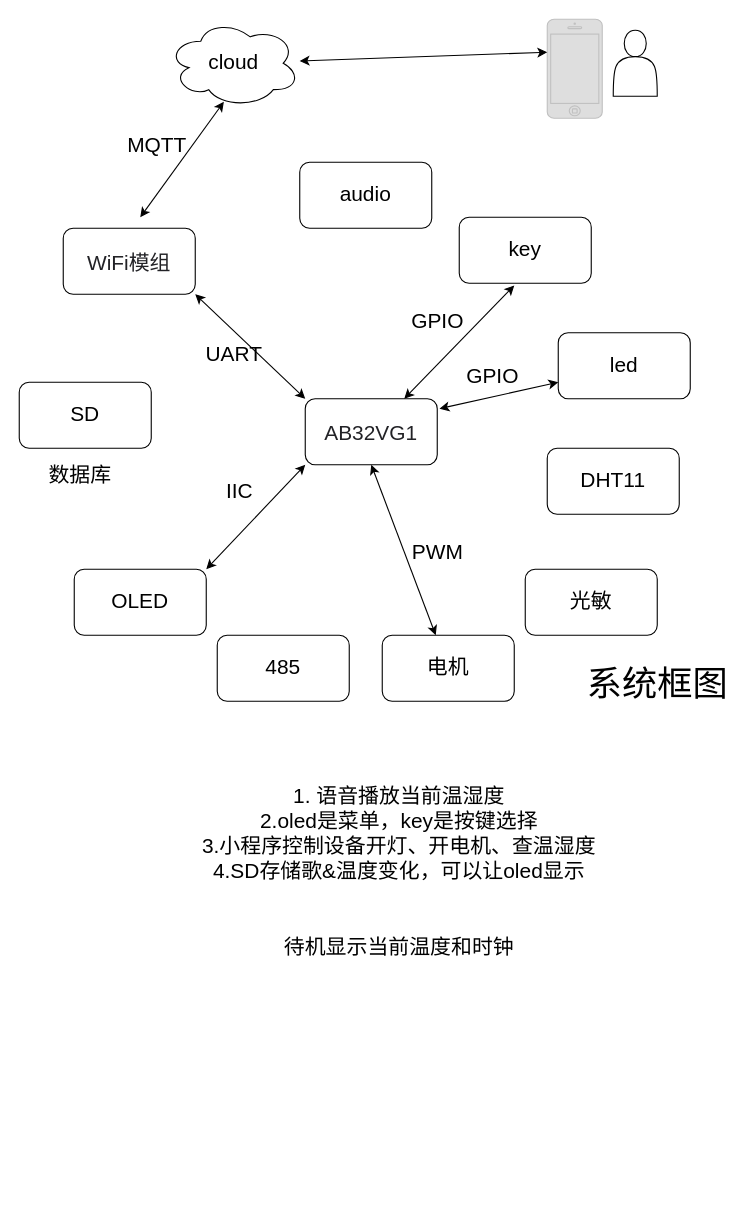
Hanxiaomo9527/ab32vg1_smarthome_box_demo keeps this draw.io diagram as page "Page-1" (1 of 2) of doc/系统框图.drawio. Above is the earlier version. Source tidied: cells renumbered, new cells numbered last; positions are measured from the earlier drawing's top-left corner, leaving out a move shared by most shapes. Both pictures are drawn from the tidied source at 110%, with x=0, y=0 at pixel (19, 19).
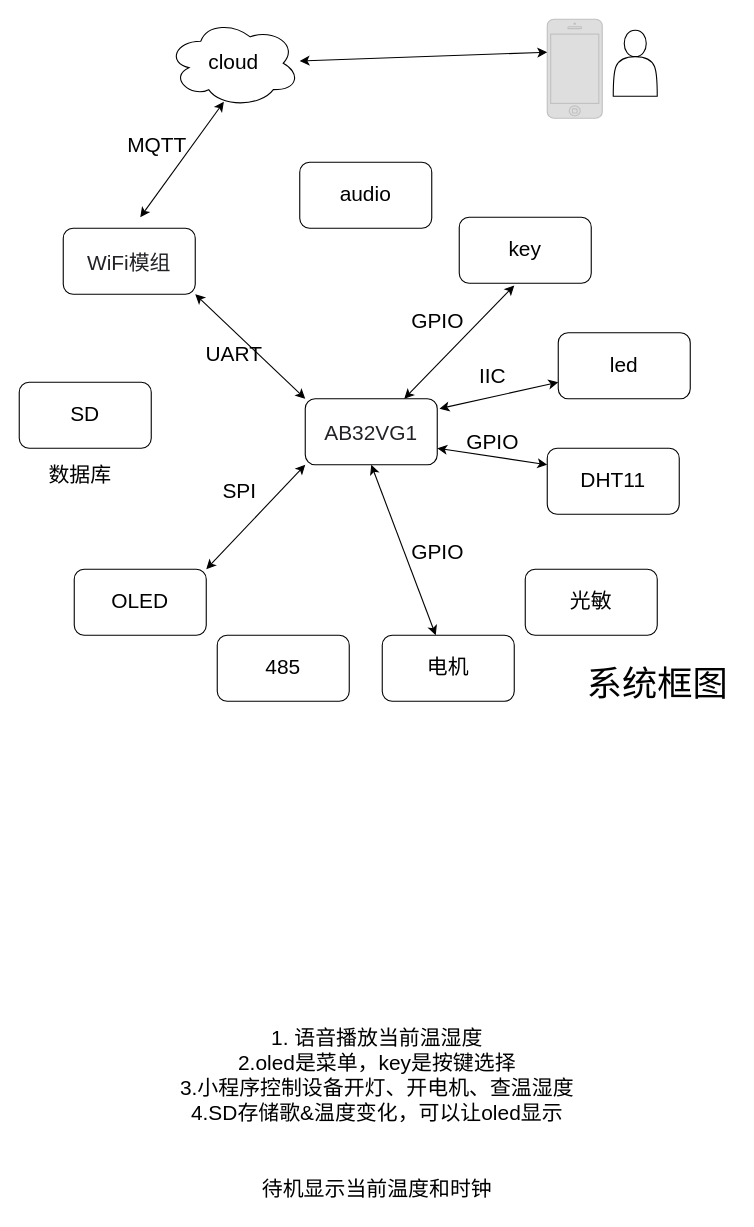
Above is the later version.

Commit message (it also covers changes not shown here):
增加软件和系统框图

Unchanged cells that the change refers to:
```xml
<mxCell id="2" value="&lt;h1 class=&quot;title-article&quot; id=&quot;articleContentId&quot; style=&quot;box-sizing: border-box ; outline: 0px ; margin: 0px ; padding: 0px ; font-family: &amp;#34;pingfang sc&amp;#34; , &amp;#34;microsoft yahei&amp;#34; , &amp;#34;simhei&amp;#34; , &amp;#34;arial&amp;#34; , &amp;#34;simsun&amp;#34; ; overflow-wrap: break-word ; color: rgb(34 , 34 , 38) ; word-break: break-all ; background-color: rgb(255 , 255 , 255)&quot;&gt;&lt;span style=&quot;font-weight: normal&quot;&gt;&lt;font style=&quot;font-size: 19px&quot;&gt;AB32VG1&lt;/font&gt;&lt;/span&gt;&lt;/h1&gt;" style="rounded=1;whiteSpace=wrap;html=1;" parent="1" vertex="1">
  <mxGeometry x="260" y="345" width="120" height="60" as="geometry" />
</mxCell>
<mxCell id="10" value="DHT11" style="rounded=1;whiteSpace=wrap;html=1;fontSize=19;" parent="1" vertex="1">
  <mxGeometry x="480" y="390" width="120" height="60" as="geometry" />
</mxCell>
```

What changed in the source:
```diff
@@
-    <mxCell id="6" value="IIC" style="text;html=1;align=center;verticalAlign=middle;strokeColor=none;fillColor=none;fontSize=19;" parent="1" vertex="1">
-      <mxGeometry x="180" y="415" width="40" height="30" as="geometry" />
+    <mxCell id="6" value="SPI" style="text;html=1;align=center;verticalAlign=middle;strokeColor=none;fillColor=none;fontSize=19;" parent="1" vertex="1">
+      <mxGeometry x="175" y="415" width="50" height="30" as="geometry" />
     </mxCell>
@@
-    <mxCell id="17" value="PWM" style="text;html=1;align=center;verticalAlign=middle;strokeColor=none;fillColor=none;fontSize=19;" parent="1" vertex="1">
+    <mxCell id="17" value="GPIO" style="text;html=1;align=center;verticalAlign=middle;strokeColor=none;fillColor=none;fontSize=19;" parent="1" vertex="1">
       <mxGeometry x="350" y="470" width="60" height="30" as="geometry" />
     </mxCell>
@@
-    <mxCell id="19" value="GPIO" style="text;html=1;align=center;verticalAlign=middle;strokeColor=none;fillColor=none;fontSize=19;" parent="1" vertex="1">
-      <mxGeometry x="400" y="310" width="60" height="30" as="geometry" />
+    <mxCell id="19" value="IIC" style="text;html=1;align=center;verticalAlign=middle;strokeColor=none;fillColor=none;fontSize=19;" parent="1" vertex="1">
+      <mxGeometry x="410" y="310" width="40" height="30" as="geometry" />
     </mxCell>
@@
     <mxCell id="27" value="1. 语音播放当前温湿度&lt;br&gt;2.oled是菜单，key是按键选择&lt;br&gt;3.小程序控制设备开灯、开电机、查温湿度&lt;br&gt;4.SD存储歌&amp;amp;温度变化，可以让oled显示&lt;br&gt;&lt;br&gt;&lt;br&gt;待机显示当前温度和时钟" style="text;html=1;align=center;verticalAlign=middle;strokeColor=none;fillColor=none;fontSize=19;" parent="1" vertex="1">
-      <mxGeometry x="160" y="690" width="370" height="170" as="geometry" />
+      <mxGeometry x="140" y="910" width="370" height="170" as="geometry" />
     </mxCell>
@@
+    <mxCell id="32" style="endArrow=classic;startArrow=classic;html=1;rounded=0;fontSize=19;entryX=0;entryY=0.25;entryDx=0;entryDy=0;exitX=1;exitY=0.75;exitDx=0;exitDy=0;" parent="1" edge="1" source="2" target="10">
+      <mxGeometry relative="1" as="geometry" />
+    </mxCell>
+    <mxCell id="33" value="GPIO" style="text;html=1;align=center;verticalAlign=middle;strokeColor=none;fillColor=none;fontSize=19;" parent="1" vertex="1">
+      <mxGeometry x="400" y="370" width="60" height="30" as="geometry" />
+    </mxCell>
```
